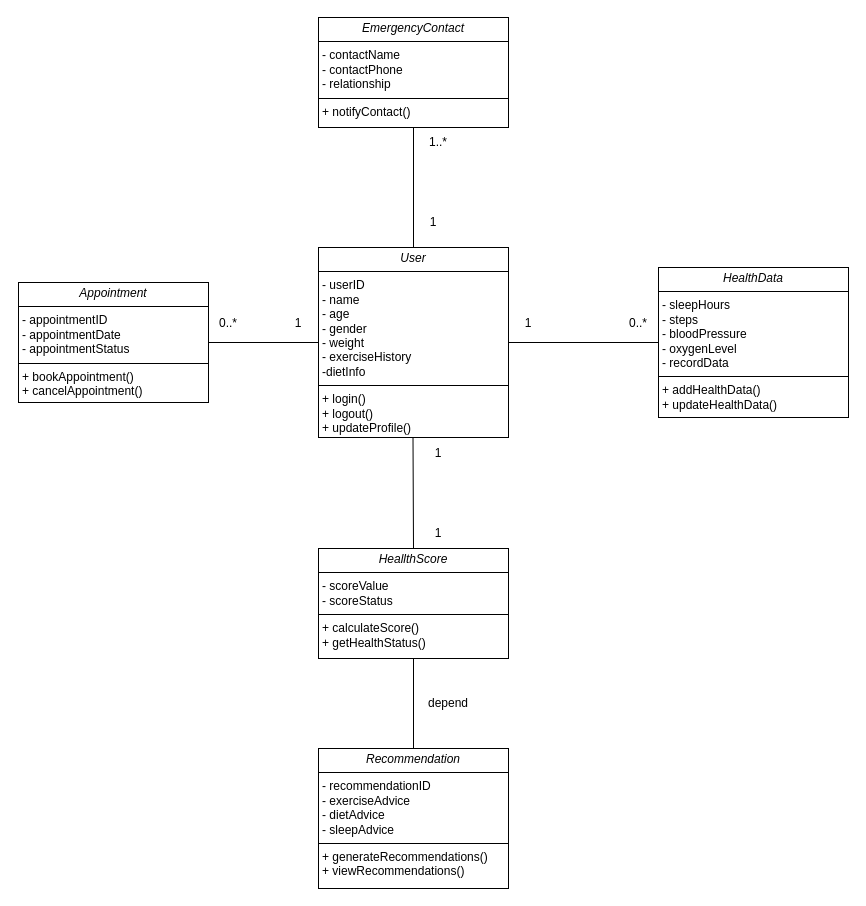
igl-nigal/MyClinic keeps this draw.io diagram as design/Class Diagram MyClinic.drawio. Above is the earlier version. Source tidied: cells renumbered, new cells numbered last; positions are measured from the earlier drawing's top-left corner, leaving out a move shared by most shapes. Both pictures are drawn from the tidied source at 100%, with x=0, y=0 at pixel (18, 17).
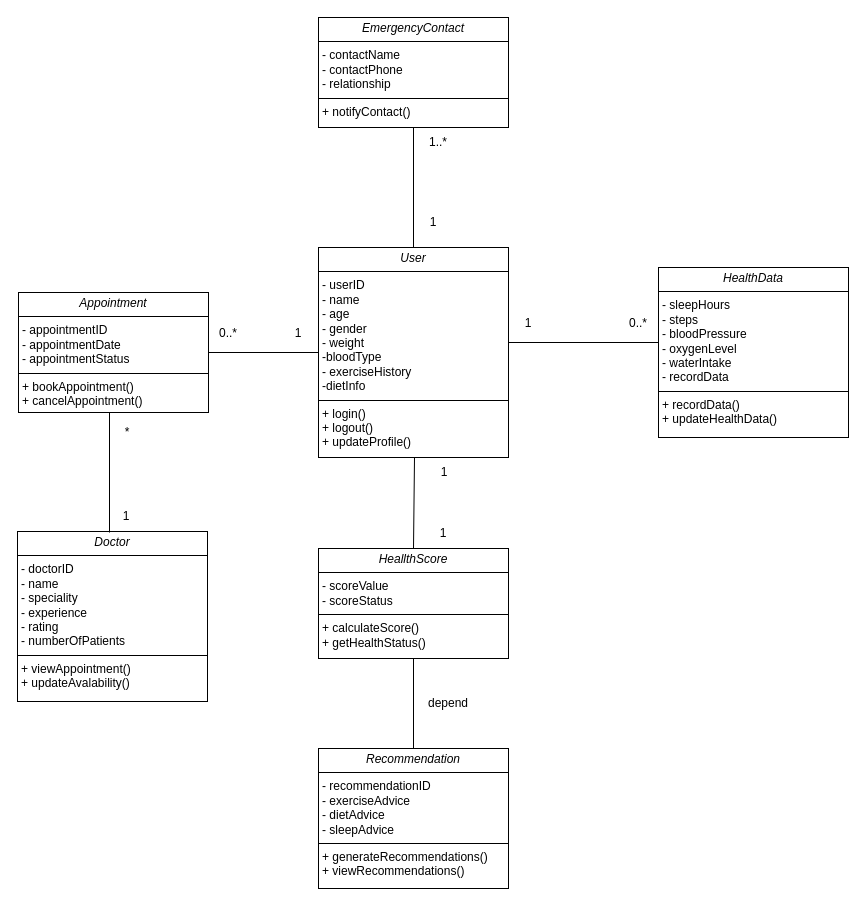
The same page after the edit.

The change refers to these unchanged cells:
```xml
<mxCell id="4" value="&lt;p style=&quot;margin:0px;margin-top:4px;text-align:center;&quot;&gt;&lt;i&gt;HeallthScore&lt;/i&gt;&lt;/p&gt;&lt;hr size=&quot;1&quot; style=&quot;border-style:solid;&quot;&gt;&lt;p style=&quot;margin:0px;margin-left:4px;&quot;&gt;- scoreValue&lt;br&gt;- scoreStatus&lt;/p&gt;&lt;hr size=&quot;1&quot; style=&quot;border-style:solid;&quot;&gt;&lt;p style=&quot;margin:0px;margin-left:4px;&quot;&gt;+ calculateScore()&lt;br&gt;+ getHealthStatus()&lt;/p&gt;" style="verticalAlign=top;align=left;overflow=fill;html=1;whiteSpace=wrap;" parent="1" vertex="1">
  <mxGeometry x="300" y="531" width="190" height="110" as="geometry" />
</mxCell>
```

Diff of the diagram source:
```diff
@@
-    <mxCell id="2" value="&lt;p style=&quot;margin:0px;margin-top:4px;text-align:center;&quot;&gt;&lt;i&gt;User&lt;/i&gt;&lt;/p&gt;&lt;hr size=&quot;1&quot; style=&quot;border-style:solid;&quot;&gt;&lt;p style=&quot;margin:0px;margin-left:4px;&quot;&gt;- userID&lt;br&gt;- name&lt;/p&gt;&lt;p style=&quot;margin:0px;margin-left:4px;&quot;&gt;- age&lt;/p&gt;&lt;p style=&quot;margin:0px;margin-left:4px;&quot;&gt;- gender&lt;/p&gt;&lt;p style=&quot;margin:0px;margin-left:4px;&quot;&gt;- weight&lt;/p&gt;&lt;p style=&quot;margin:0px;margin-left:4px;&quot;&gt;- exerciseHistory&lt;/p&gt;&lt;p style=&quot;margin:0px;margin-left:4px;&quot;&gt;-dietInfo&lt;/p&gt;&lt;hr size=&quot;1&quot; style=&quot;border-style:solid;&quot;&gt;&lt;p style=&quot;margin:0px;margin-left:4px;&quot;&gt;+ login()&lt;br&gt;+ logout()&lt;/p&gt;&lt;p style=&quot;margin:0px;margin-left:4px;&quot;&gt;+ updateProfile()&lt;/p&gt;" style="verticalAlign=top;align=left;overflow=fill;html=1;whiteSpace=wrap;" parent="1" vertex="1">
-      <mxGeometry x="300" y="230" width="190" height="190" as="geometry" />
+    <mxCell id="2" value="&lt;p style=&quot;margin:0px;margin-top:4px;text-align:center;&quot;&gt;&lt;i&gt;User&lt;/i&gt;&lt;/p&gt;&lt;hr size=&quot;1&quot; style=&quot;border-style:solid;&quot;&gt;&lt;p style=&quot;margin:0px;margin-left:4px;&quot;&gt;- userID&lt;br&gt;- name&lt;/p&gt;&lt;p style=&quot;margin:0px;margin-left:4px;&quot;&gt;- age&lt;/p&gt;&lt;p style=&quot;margin:0px;margin-left:4px;&quot;&gt;- gender&lt;/p&gt;&lt;p style=&quot;margin:0px;margin-left:4px;&quot;&gt;- weight&lt;/p&gt;&lt;p style=&quot;margin:0px;margin-left:4px;&quot;&gt;-bloodType&lt;/p&gt;&lt;p style=&quot;margin:0px;margin-left:4px;&quot;&gt;- exerciseHistory&lt;/p&gt;&lt;p style=&quot;margin:0px;margin-left:4px;&quot;&gt;-dietInfo&lt;/p&gt;&lt;hr size=&quot;1&quot; style=&quot;border-style:solid;&quot;&gt;&lt;p style=&quot;margin:0px;margin-left:4px;&quot;&gt;+ login()&lt;br&gt;+ logout()&lt;/p&gt;&lt;p style=&quot;margin:0px;margin-left:4px;&quot;&gt;+ updateProfile()&lt;/p&gt;" style="verticalAlign=top;align=left;overflow=fill;html=1;whiteSpace=wrap;" parent="1" vertex="1">
+      <mxGeometry x="300" y="230" width="190" height="210" as="geometry" />
     </mxCell>
-    <mxCell id="3" value="&lt;p style=&quot;margin:0px;margin-top:4px;text-align:center;&quot;&gt;&lt;i&gt;HealthData&lt;/i&gt;&lt;/p&gt;&lt;hr size=&quot;1&quot; style=&quot;border-style:solid;&quot;&gt;&lt;p style=&quot;margin:0px;margin-left:4px;&quot;&gt;- sleepHours&lt;br&gt;- steps&lt;/p&gt;&lt;p style=&quot;margin:0px;margin-left:4px;&quot;&gt;- bloodPressure&lt;/p&gt;&lt;p style=&quot;margin:0px;margin-left:4px;&quot;&gt;- oxygenLevel&lt;/p&gt;&lt;p style=&quot;margin:0px;margin-left:4px;&quot;&gt;- recordData&lt;/p&gt;&lt;hr size=&quot;1&quot; style=&quot;border-style:solid;&quot;&gt;&lt;p style=&quot;margin:0px;margin-left:4px;&quot;&gt;+ addHealthData()&lt;br&gt;+ updateHealthData()&lt;/p&gt;" style="verticalAlign=top;align=left;overflow=fill;html=1;whiteSpace=wrap;" parent="1" vertex="1">
-      <mxGeometry x="640" y="250" width="190" height="150" as="geometry" />
+    <mxCell id="3" value="&lt;p style=&quot;margin:0px;margin-top:4px;text-align:center;&quot;&gt;&lt;i&gt;HealthData&lt;/i&gt;&lt;/p&gt;&lt;hr size=&quot;1&quot; style=&quot;border-style:solid;&quot;&gt;&lt;p style=&quot;margin:0px;margin-left:4px;&quot;&gt;- sleepHours&lt;br&gt;- steps&lt;/p&gt;&lt;p style=&quot;margin:0px;margin-left:4px;&quot;&gt;- bloodPressure&lt;/p&gt;&lt;p style=&quot;margin:0px;margin-left:4px;&quot;&gt;- oxygenLevel&lt;/p&gt;&lt;p style=&quot;margin:0px;margin-left:4px;&quot;&gt;- waterIntake&lt;/p&gt;&lt;p style=&quot;margin:0px;margin-left:4px;&quot;&gt;- recordData&lt;/p&gt;&lt;hr size=&quot;1&quot; style=&quot;border-style:solid;&quot;&gt;&lt;p style=&quot;margin:0px;margin-left:4px;&quot;&gt;+ recordData()&lt;br&gt;+ updateHealthData()&lt;/p&gt;" style="verticalAlign=top;align=left;overflow=fill;html=1;whiteSpace=wrap;" parent="1" vertex="1">
+      <mxGeometry x="640" y="250" width="190" height="170" as="geometry" />
     </mxCell>
@@
     <mxCell id="6" value="&lt;p style=&quot;margin:0px;margin-top:4px;text-align:center;&quot;&gt;&lt;i&gt;Appointment&lt;/i&gt;&lt;/p&gt;&lt;hr size=&quot;1&quot; style=&quot;border-style:solid;&quot;&gt;&lt;p style=&quot;margin:0px;margin-left:4px;&quot;&gt;- appointmentID&lt;/p&gt;&lt;p style=&quot;margin:0px;margin-left:4px;&quot;&gt;- appointmentDate&lt;/p&gt;&lt;p style=&quot;margin:0px;margin-left:4px;&quot;&gt;- appointmentStatus&lt;/p&gt;&lt;hr size=&quot;1&quot; style=&quot;border-style:solid;&quot;&gt;&lt;p style=&quot;margin:0px;margin-left:4px;&quot;&gt;+ bookAppointment()&lt;br&gt;+ cancelAppointment()&lt;/p&gt;" style="verticalAlign=top;align=left;overflow=fill;html=1;whiteSpace=wrap;" parent="1" vertex="1">
-      <mxGeometry y="265" width="190" height="120" as="geometry" />
+      <mxGeometry y="275" width="190" height="120" as="geometry" />
     </mxCell>
@@
-    <mxCell id="11" style="endArrow=none;html=1;rounded=0;exitX=0.5;exitY=0;exitDx=0;exitDy=0;" parent="1" edge="1" source="4">
-      <mxGeometry relative="1" as="geometry">
-        <mxPoint x="394.5" y="420" as="targetPoint" />
-      </mxGeometry>
+    <mxCell id="11" style="endArrow=none;html=1;rounded=0;exitX=0.5;exitY=0;exitDx=0;exitDy=0;entryX=0;entryY=0;entryDx=0;entryDy=0;" parent="1" edge="1" source="4" target="12">
+      <mxGeometry relative="1" as="geometry" />
     </mxCell>
     <mxCell id="12" value="1" style="text;html=1;whiteSpace=wrap;strokeColor=none;fillColor=none;align=center;verticalAlign=middle;rounded=0;" parent="1" vertex="1">
-      <mxGeometry x="390" y="421" width="60" height="30" as="geometry" />
+      <mxGeometry x="396" y="440" width="60" height="30" as="geometry" />
     </mxCell>
     <mxCell id="13" value="1" style="text;html=1;whiteSpace=wrap;strokeColor=none;fillColor=none;align=center;verticalAlign=middle;rounded=0;" parent="1" vertex="1">
-      <mxGeometry x="390" y="501" width="60" height="30" as="geometry" />
+      <mxGeometry x="395" y="501" width="60" height="30" as="geometry" />
     </mxCell>
@@
     <mxCell id="18" value="1" style="text;html=1;whiteSpace=wrap;strokeColor=none;fillColor=none;align=center;verticalAlign=middle;rounded=0;" parent="1" vertex="1">
-      <mxGeometry x="250" y="291" width="60" height="30" as="geometry" />
+      <mxGeometry x="250" y="301" width="60" height="30" as="geometry" />
     </mxCell>
     <mxCell id="19" value="0..*" style="text;html=1;whiteSpace=wrap;strokeColor=none;fillColor=none;align=center;verticalAlign=middle;rounded=0;" parent="1" vertex="1">
-      <mxGeometry x="180" y="291" width="60" height="30" as="geometry" />
+      <mxGeometry x="180" y="301" width="60" height="30" as="geometry" />
     </mxCell>
@@
+    <mxCell id="22" value="&lt;p style=&quot;margin:0px;margin-top:4px;text-align:center;&quot;&gt;&lt;i&gt;Doctor&lt;/i&gt;&lt;/p&gt;&lt;hr size=&quot;1&quot; style=&quot;border-style:solid;&quot;&gt;&lt;p style=&quot;margin:0px;margin-left:4px;&quot;&gt;- doctorID&lt;br&gt;- name&lt;/p&gt;&lt;p style=&quot;margin:0px;margin-left:4px;&quot;&gt;- speciality&lt;/p&gt;&lt;p style=&quot;margin:0px;margin-left:4px;&quot;&gt;- experience&lt;/p&gt;&lt;p style=&quot;margin:0px;margin-left:4px;&quot;&gt;- rating&lt;/p&gt;&lt;p style=&quot;margin:0px;margin-left:4px;&quot;&gt;- numberOfPatients&lt;/p&gt;&lt;hr size=&quot;1&quot; style=&quot;border-style:solid;&quot;&gt;&lt;p style=&quot;margin:0px;margin-left:4px;&quot;&gt;+ viewAppointment()&lt;br&gt;+ updateAvalability()&lt;/p&gt;" style="verticalAlign=top;align=left;overflow=fill;html=1;whiteSpace=wrap;" parent="1" vertex="1">
+      <mxGeometry x="-1" y="514" width="190" height="170" as="geometry" />
+    </mxCell>
+    <mxCell id="23" style="endArrow=none;html=1;rounded=0;entryX=0.5;entryY=1;entryDx=0;entryDy=0;exitX=0.5;exitY=0;exitDx=0;exitDy=0;" parent="1" edge="1">
+      <mxGeometry relative="1" as="geometry">
+        <mxPoint x="91" y="515" as="sourcePoint" />
+        <mxPoint x="91" y="395" as="targetPoint" />
+      </mxGeometry>
+    </mxCell>
+    <mxCell id="24" value="*" style="text;html=1;whiteSpace=wrap;strokeColor=none;fillColor=none;align=center;verticalAlign=middle;rounded=0;" parent="1" vertex="1">
+      <mxGeometry x="79" y="400" width="60" height="30" as="geometry" />
+    </mxCell>
+    <mxCell id="25" value="1" style="text;html=1;whiteSpace=wrap;strokeColor=none;fillColor=none;align=center;verticalAlign=middle;rounded=0;" parent="1" vertex="1">
+      <mxGeometry x="78" y="484" width="60" height="30" as="geometry" />
+    </mxCell>
```
